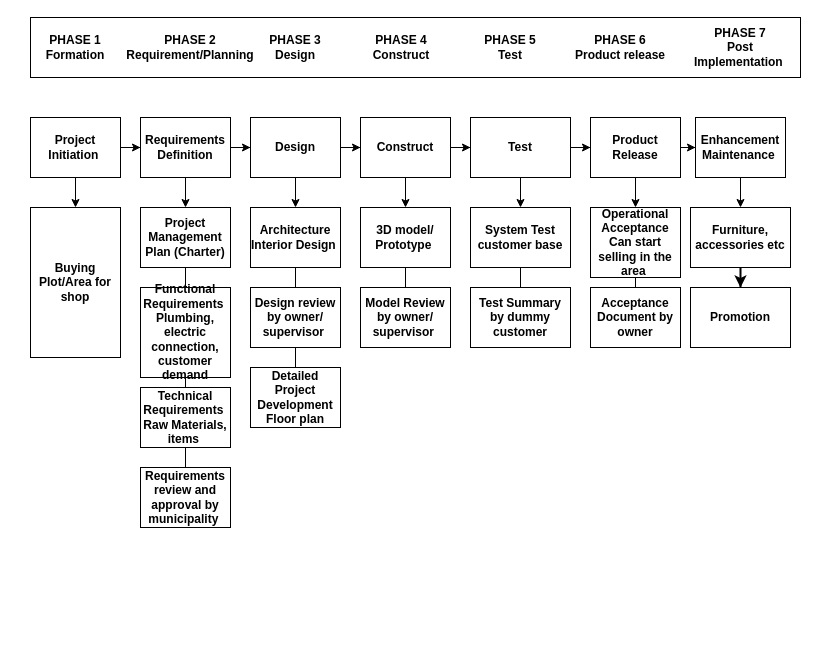
Before: stationary shop.drawio in Dikshit28/SEPM_Dikshit19csu379, a draw.io diagram. Source tidied: cells renumbered, new cells numbered last; positions are measured from the earlier drawing's top-left corner, leaving out a move shared by most shapes. Both pictures are drawn from the tidied source at 100%, with x=0, y=0 at pixel (30, 17).
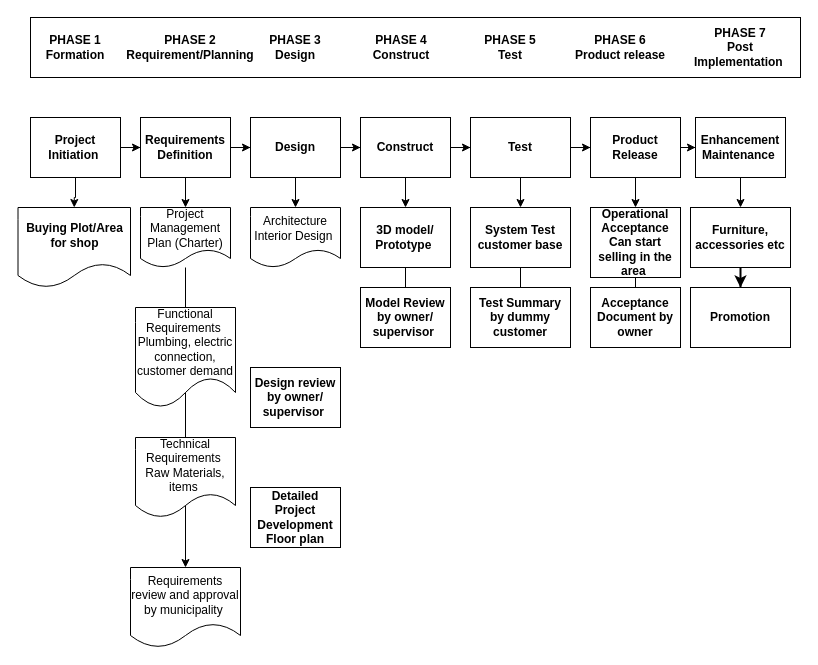
After the change.

Unchanged cells that the change refers to:
```xml
<mxCell id="12" value="Project Initiation&amp;nbsp;" style="rounded=0;whiteSpace=wrap;html=1;fontStyle=1;" parent="1" vertex="1">
  <mxGeometry y="100" width="90" height="60" as="geometry" />
</mxCell>
```

Change to the diagram source:
```diff
@@
-    <mxCell id="11" style="edgeStyle=orthogonalEdgeStyle;rounded=0;jettySize=auto;html=1;endArrow=classic;endFill=1;fontStyle=1;" parent="1" edge="1" source="12" target="30">
+    <mxCell id="11" style="edgeStyle=orthogonalEdgeStyle;rounded=0;jettySize=auto;html=1;endArrow=classic;endFill=1;fontStyle=1;entryX=0.5;entryY=0;entryDx=0;entryDy=0;" parent="1" edge="1" source="12" target="30">
       <mxGeometry relative="1" as="geometry" />
     </mxCell>
@@
-    <mxCell id="30" value="Buying Plot/Area for shop" style="rounded=0;whiteSpace=wrap;html=1;fontStyle=1;" parent="1" vertex="1">
-      <mxGeometry y="190" width="90" height="150" as="geometry" />
-    </mxCell>
@@
-    <mxCell id="42" style="edgeStyle=orthogonalEdgeStyle;rounded=0;jettySize=auto;html=1;endArrow=none;endFill=0;fontStyle=1;" parent="1" edge="1" source="43" target="45">
-      <mxGeometry relative="1" as="geometry" />
-    </mxCell>
-    <mxCell id="43" value="Architecture&lt;br&gt;Interior Design&amp;nbsp;" style="rounded=0;whiteSpace=wrap;html=1;fontStyle=1;" parent="1" vertex="1">
+    <mxCell id="43" value="Architecture&lt;br&gt;Interior Design&amp;nbsp;" style="shape=document;whiteSpace=wrap;html=1;boundedLbl=1;" parent="1" vertex="1">
       <mxGeometry x="220" y="190" width="90" height="60" as="geometry" />
     </mxCell>
-    <mxCell id="44" style="edgeStyle=orthogonalEdgeStyle;rounded=0;jettySize=auto;html=1;endArrow=none;endFill=0;fontStyle=1;" parent="1" edge="1" source="45" target="46">
-      <mxGeometry relative="1" as="geometry" />
-    </mxCell>
     <mxCell id="45" value="Design review by owner/ supervisor&amp;nbsp;" style="rounded=0;whiteSpace=wrap;html=1;fontStyle=1;" parent="1" vertex="1">
-      <mxGeometry x="220" y="270" width="90" height="60" as="geometry" />
+      <mxGeometry x="220" y="350" width="90" height="60" as="geometry" />
     </mxCell>
     <mxCell id="46" value="Detailed Project Development&lt;br&gt;Floor plan" style="rounded=0;whiteSpace=wrap;html=1;fontStyle=1;" parent="1" vertex="1">
-      <mxGeometry x="220" y="350" width="90" height="60" as="geometry" />
+      <mxGeometry x="220" y="470" width="90" height="60" as="geometry" />
     </mxCell>
-    <mxCell id="47" style="edgeStyle=orthogonalEdgeStyle;rounded=0;jettySize=auto;html=1;endArrow=none;endFill=0;fontStyle=1;" parent="1" edge="1" source="48" target="50">
-      <mxGeometry relative="1" as="geometry" />
-    </mxCell>
+    <mxCell id="55" style="edgeStyle=orthogonalEdgeStyle;rounded=0;jettySize=auto;html=1;entryX=0.5;entryY=0;entryDx=0;entryDy=0;fontSize=12;" parent="1" edge="1" source="48" target="53">
+      <mxGeometry relative="1" as="geometry" />
+    </mxCell>
-    <mxCell id="48" value="Project Management Plan (Charter)" style="rounded=0;whiteSpace=wrap;html=1;fontStyle=1;" parent="1" vertex="1">
+    <mxCell id="48" value="Project Management Plan (Charter)" style="shape=document;whiteSpace=wrap;html=1;boundedLbl=1;" parent="1" vertex="1">
       <mxGeometry x="110" y="190" width="90" height="60" as="geometry" />
     </mxCell>
-    <mxCell id="49" style="edgeStyle=orthogonalEdgeStyle;rounded=0;jettySize=auto;html=1;endArrow=none;endFill=0;fontStyle=1;" parent="1" edge="1" source="50" target="52">
-      <mxGeometry relative="1" as="geometry" />
-    </mxCell>
-    <mxCell id="50" value="Functional Requirements&amp;nbsp;&lt;br&gt;Plumbing, electric connection, customer demand" style="rounded=0;whiteSpace=wrap;html=1;fontStyle=1;" parent="1" vertex="1">
-      <mxGeometry x="110" y="270" width="90" height="90" as="geometry" />
+    <mxCell id="50" value="Functional Requirements&amp;nbsp;&lt;br&gt;Plumbing, electric connection, customer demand" style="shape=document;whiteSpace=wrap;html=1;boundedLbl=1;" parent="1" vertex="1">
+      <mxGeometry x="105" y="290" width="100" height="100" as="geometry" />
     </mxCell>
-    <mxCell id="51" style="edgeStyle=orthogonalEdgeStyle;rounded=0;jettySize=auto;html=1;endArrow=none;endFill=0;fontStyle=1;" parent="1" edge="1" source="52" target="53">
-      <mxGeometry relative="1" as="geometry" />
-    </mxCell>
-    <mxCell id="52" value="Technical Requirements&amp;nbsp;&lt;br&gt;Raw Materials, items&amp;nbsp;" style="rounded=0;whiteSpace=wrap;html=1;fontStyle=1;" parent="1" vertex="1">
-      <mxGeometry x="110" y="370" width="90" height="60" as="geometry" />
+    <mxCell id="52" value="Technical Requirements&amp;nbsp;&lt;br&gt;Raw Materials, items&amp;nbsp;" style="shape=document;whiteSpace=wrap;html=1;boundedLbl=1;" parent="1" vertex="1">
+      <mxGeometry x="105" y="420" width="100" height="80" as="geometry" />
     </mxCell>
-    <mxCell id="53" value="Requirements review and approval by municipality&amp;nbsp;" style="rounded=0;whiteSpace=wrap;html=1;fontStyle=1;" parent="1" vertex="1">
-      <mxGeometry x="110" y="450" width="90" height="60" as="geometry" />
+    <mxCell id="53" value="Requirements review and approval by municipality&amp;nbsp;" style="shape=document;whiteSpace=wrap;html=1;boundedLbl=1;" parent="1" vertex="1">
+      <mxGeometry x="100" y="550" width="110" height="80" as="geometry" />
     </mxCell>
@@
+    <mxCell id="30" value="&lt;span style=&quot;font-weight: 700&quot;&gt;Buying Plot/Area for shop&lt;/span&gt;" style="shape=document;whiteSpace=wrap;html=1;boundedLbl=1;" parent="1" vertex="1">
+      <mxGeometry x="-12.5" y="190" width="112.5" height="80" as="geometry" />
+    </mxCell>
```
